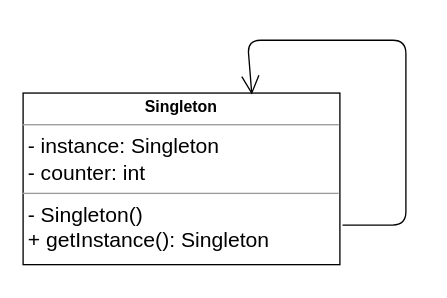
This is page "singleton_1" (1 of 2) of singleton.drawio from cjanta/02_Design_Patterns, a draw.io file, before an edit. Source tidied: cells renumbered, new cells numbered last; positions are measured from the earlier drawing's top-left corner, leaving out a move shared by most shapes. Both pictures are drawn from the tidied source at 132%, with x=0, y=0 at pixel (22, 40).
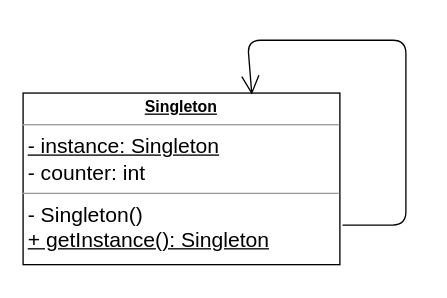
After the change.

Commit message (it also covers changes not shown here):
05 / Beispiel: kumulierender Counter

What changed in the source:
```diff
@@
 <mxGraphModel>
   <root>
     <mxCell id="0" />
     <mxCell id="1" parent="0" />
-    <mxCell id="2" value="&lt;p style=&quot;margin: 0px ; margin-top: 4px ; text-align: center&quot;&gt;&lt;font style=&quot;font-size: 12px&quot;&gt;&lt;b&gt;Singleton&lt;/b&gt;&lt;/font&gt;&lt;/p&gt;&lt;hr size=&quot;1&quot;&gt;&lt;p style=&quot;margin: 0px ; margin-left: 4px&quot;&gt;&lt;font size=&quot;3&quot;&gt;- instance: Singleton&lt;/font&gt;&lt;/p&gt;&lt;p style=&quot;margin: 0px ; margin-left: 4px&quot;&gt;&lt;font size=&quot;3&quot;&gt;- counter: int&lt;/font&gt;&lt;/p&gt;&lt;hr size=&quot;1&quot;&gt;&lt;p style=&quot;margin: 0px ; margin-left: 4px&quot;&gt;&lt;font size=&quot;3&quot;&gt;- Singleton&lt;/font&gt;&lt;span style=&quot;font-size: medium&quot;&gt;()&lt;/span&gt;&lt;/p&gt;&lt;p style=&quot;margin: 0px ; margin-left: 4px&quot;&gt;&lt;font size=&quot;3&quot;&gt;+ getInstance(): Singleton&lt;br&gt;&lt;/font&gt;&lt;/p&gt;&lt;p style=&quot;margin: 0px ; margin-left: 4px&quot;&gt;&lt;br&gt;&lt;/p&gt;&lt;p style=&quot;margin: 0px ; margin-left: 4px&quot;&gt;&lt;br&gt;&lt;/p&gt;&lt;p style=&quot;margin: 0px ; margin-left: 4px&quot;&gt;&lt;br&gt;&lt;/p&gt;" style="verticalAlign=top;align=left;overflow=fill;fontSize=12;fontFamily=Helvetica;html=1;" parent="1" vertex="1">
+    <mxCell id="2" value="&lt;p style=&quot;margin: 0px ; margin-top: 4px ; text-align: center&quot;&gt;&lt;font style=&quot;font-size: 12px&quot;&gt;&lt;b&gt;&lt;u&gt;Singleton&lt;/u&gt;&lt;/b&gt;&lt;/font&gt;&lt;/p&gt;&lt;hr size=&quot;1&quot;&gt;&lt;p style=&quot;margin: 0px ; margin-left: 4px&quot;&gt;&lt;font size=&quot;3&quot;&gt;&lt;u&gt;- instance: Singleton&lt;/u&gt;&lt;/font&gt;&lt;/p&gt;&lt;p style=&quot;margin: 0px ; margin-left: 4px&quot;&gt;&lt;font size=&quot;3&quot;&gt;- counter: int&lt;/font&gt;&lt;/p&gt;&lt;hr size=&quot;1&quot;&gt;&lt;p style=&quot;margin: 0px ; margin-left: 4px&quot;&gt;&lt;font size=&quot;3&quot;&gt;- Singleton&lt;/font&gt;&lt;span style=&quot;font-size: medium&quot;&gt;()&lt;/span&gt;&lt;/p&gt;&lt;p style=&quot;margin: 0px ; margin-left: 4px&quot;&gt;&lt;font size=&quot;3&quot;&gt;&lt;u&gt;+ getInstance(): Singleton&lt;/u&gt;&lt;br&gt;&lt;/font&gt;&lt;/p&gt;&lt;p style=&quot;margin: 0px ; margin-left: 4px&quot;&gt;&lt;br&gt;&lt;/p&gt;&lt;p style=&quot;margin: 0px ; margin-left: 4px&quot;&gt;&lt;br&gt;&lt;/p&gt;&lt;p style=&quot;margin: 0px ; margin-left: 4px&quot;&gt;&lt;br&gt;&lt;/p&gt;" style="verticalAlign=top;align=left;overflow=fill;fontSize=12;fontFamily=Helvetica;html=1;" parent="1" vertex="1">
       <mxGeometry y="40" width="240" height="130" as="geometry" />
     </mxCell>
     <mxCell id="3" style="endArrow=open;endFill=1;endSize=12;html=1;entryX=0.722;entryY=0.009;entryDx=0;entryDy=0;entryPerimeter=0;" parent="1" edge="1" target="2">
       <mxGeometry relative="1" as="geometry">
         <mxPoint x="242" y="140" as="sourcePoint" />
         <Array as="points">
           <mxPoint x="290" y="140" />
           <mxPoint x="290" />
           <mxPoint x="170" />
         </Array>
       </mxGeometry>
     </mxCell>
     <mxCell id="4" style="edgeStyle=orthogonalEdgeStyle;rounded=0;orthogonalLoop=1;jettySize=auto;html=1;exitX=0.5;exitY=1;exitDx=0;exitDy=0;" parent="1" edge="1" source="2" target="2">
       <mxGeometry relative="1" as="geometry" />
     </mxCell>
   </root>
 </mxGraphModel>
```
